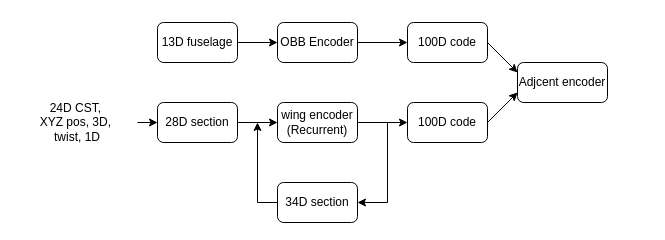
Stevenkerman27/GRASS-plane keeps this draw.io diagram as models/proposed.drawio. Above is the earlier version. Source tidied: cells renumbered, new cells numbered last; positions are measured from the earlier drawing's top-left corner, leaving out a move shared by most shapes. Both pictures are drawn from the tidied source at 100%, with x=0, y=0 at pixel (17, 22).
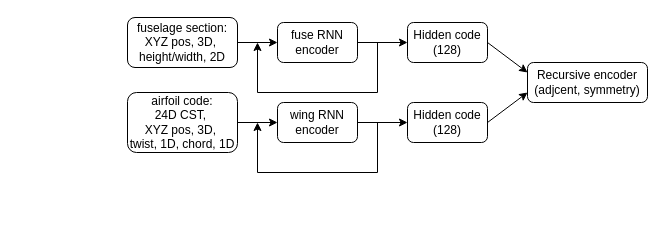
Above is the later version.

What changed in the source:
```diff
@@
-    <mxCell id="2" value="34D section" style="rounded=1;whiteSpace=wrap;html=1;" parent="1" vertex="1">
-      <mxGeometry x="260" y="160" width="80" height="40" as="geometry" />
-    </mxCell>
-    <mxCell id="3" value="100D code" style="rounded=1;whiteSpace=wrap;html=1;" parent="1" vertex="1">
+    <mxCell id="3" value="Hidden code&lt;div&gt;(128)&lt;/div&gt;" style="rounded=1;whiteSpace=wrap;html=1;" parent="1" vertex="1">
       <mxGeometry x="390" y="80" width="80" height="40" as="geometry" />
     </mxCell>
-    <mxCell id="4" value="13D fuselage" style="rounded=1;whiteSpace=wrap;html=1;" parent="1" vertex="1">
-      <mxGeometry x="140" width="80" height="40" as="geometry" />
+    <mxCell id="4" value="fuselage section:&lt;div&gt;&lt;div&gt;XYZ pos, 3D,&amp;nbsp;&lt;/div&gt;&lt;/div&gt;&lt;div&gt;height/width, 2D&lt;/div&gt;" style="rounded=1;whiteSpace=wrap;html=1;" parent="1" vertex="1">
+      <mxGeometry x="110" y="-5" width="110" height="50" as="geometry" />
     </mxCell>
-    <mxCell id="5" value="wing encoder&lt;div&gt;(Recurrent)&lt;/div&gt;" style="rounded=1;whiteSpace=wrap;html=1;" parent="1" vertex="1">
+    <mxCell id="5" value="wing RNN encoder" style="rounded=1;whiteSpace=wrap;html=1;" parent="1" vertex="1">
       <mxGeometry x="260" y="80" width="80" height="40" as="geometry" />
     </mxCell>
-    <mxCell id="6" value="24D CST,&amp;nbsp;&lt;div&gt;XYZ pos, 3D,&amp;nbsp;&lt;/div&gt;&lt;div&gt;twist, 1D&lt;/div&gt;" style="text;html=1;whiteSpace=wrap;strokeColor=none;fillColor=none;align=center;verticalAlign=middle;rounded=0;" parent="1" vertex="1">
-      <mxGeometry y="70" width="120" height="60" as="geometry" />
-    </mxCell>
-    <mxCell id="7" value="28D section" style="rounded=1;whiteSpace=wrap;html=1;" parent="1" vertex="1">
-      <mxGeometry x="140" y="80" width="80" height="40" as="geometry" />
+    <mxCell id="7" value="&lt;div&gt;airfoil code:&lt;/div&gt;24D CST,&amp;nbsp;&lt;div&gt;XYZ pos, 3D,&amp;nbsp;&lt;/div&gt;&lt;div&gt;twist, 1D, &lt;span style=&quot;background-color: transparent; color: light-dark(rgb(0, 0, 0), rgb(255, 255, 255));&quot;&gt;chord, 1D&lt;/span&gt;&lt;/div&gt;" style="rounded=1;whiteSpace=wrap;html=1;" parent="1" vertex="1">
+      <mxGeometry x="110" y="70" width="110" height="60" as="geometry" />
     </mxCell>
-    <mxCell id="8" style="endArrow=classic;html=1;rounded=0;exitX=1;exitY=0.5;exitDx=0;exitDy=0;entryX=0;entryY=0.5;entryDx=0;entryDy=0;" parent="1" edge="1" source="6" target="7">
-      <mxGeometry relative="1" as="geometry" />
-    </mxCell>
@@
-    <mxCell id="10" style="endArrow=classic;html=1;rounded=0;entryX=1;entryY=0.5;entryDx=0;entryDy=0;exitX=1;exitY=0.5;exitDx=0;exitDy=0;" parent="1" edge="1" source="5" target="2">
+    <mxCell id="10" style="endArrow=classic;html=1;rounded=0;exitX=1;exitY=0.5;exitDx=0;exitDy=0;" parent="1" edge="1" source="5">
       <mxGeometry relative="1" as="geometry">
+        <mxPoint x="240" y="100" as="targetPoint" />
         <Array as="points">
-          <mxPoint x="370" y="100" />
-          <mxPoint x="370" y="180" />
+          <mxPoint x="360" y="100" />
+          <mxPoint x="360" y="150" />
+          <mxPoint x="240" y="150" />
         </Array>
       </mxGeometry>
     </mxCell>
-    <mxCell id="11" style="endArrow=classic;html=1;rounded=0;exitX=0;exitY=0.5;exitDx=0;exitDy=0;" parent="1" edge="1" source="2">
-      <mxGeometry relative="1" as="geometry">
-        <mxPoint x="240" y="100" as="targetPoint" />
-        <Array as="points">
-          <mxPoint x="240" y="180" />
-        </Array>
-      </mxGeometry>
-    </mxCell>
@@
-    <mxCell id="13" value="Adjcent encoder" style="rounded=1;whiteSpace=wrap;html=1;" parent="1" vertex="1">
-      <mxGeometry x="500" y="40" width="90" height="40" as="geometry" />
+    <mxCell id="13" value="Recursive encoder&lt;div&gt;(adjcent, symmetry)&lt;/div&gt;" style="rounded=1;whiteSpace=wrap;html=1;" parent="1" vertex="1">
+      <mxGeometry x="510" y="40" width="120" height="40" as="geometry" />
     </mxCell>
@@
-    <mxCell id="15" value="100D code" style="rounded=1;whiteSpace=wrap;html=1;" parent="1" vertex="1">
+    <mxCell id="15" value="Hidden code&lt;div&gt;(128)&lt;/div&gt;" style="rounded=1;whiteSpace=wrap;html=1;" parent="1" vertex="1">
       <mxGeometry x="390" width="80" height="40" as="geometry" />
     </mxCell>
@@
-    <mxCell id="17" value="OBB Encoder" style="rounded=1;whiteSpace=wrap;html=1;" parent="1" vertex="1">
-      <mxGeometry x="260" width="80" height="40" as="geometry" />
-    </mxCell>
-    <mxCell id="18" style="endArrow=classic;html=1;rounded=0;exitX=1;exitY=0.5;exitDx=0;exitDy=0;entryX=0;entryY=0.5;entryDx=0;entryDy=0;" parent="1" edge="1" source="4" target="17">
+    <mxCell id="18" style="endArrow=classic;html=1;rounded=0;exitX=1;exitY=0.5;exitDx=0;exitDy=0;entryX=0;entryY=0.5;entryDx=0;entryDy=0;" parent="1" edge="1" source="4" target="20">
       <mxGeometry relative="1" as="geometry" />
     </mxCell>
-    <mxCell id="19" style="endArrow=classic;html=1;rounded=0;entryX=0;entryY=0.5;entryDx=0;entryDy=0;exitX=1;exitY=0.5;exitDx=0;exitDy=0;" parent="1" edge="1" source="17" target="15">
+    <mxCell id="19" style="endArrow=classic;html=1;rounded=0;entryX=0;entryY=0.5;entryDx=0;entryDy=0;exitX=1;exitY=0.5;exitDx=0;exitDy=0;" parent="1" edge="1" source="20" target="15">
       <mxGeometry relative="1" as="geometry" />
     </mxCell>
+    <mxCell id="20" value="fuse RNN encoder" style="rounded=1;whiteSpace=wrap;html=1;" parent="1" vertex="1">
+      <mxGeometry x="260" width="80" height="40" as="geometry" />
+    </mxCell>
+    <mxCell id="21" style="endArrow=classic;html=1;rounded=0;" parent="1" edge="1">
+      <mxGeometry relative="1" as="geometry">
+        <mxPoint x="360" y="20" as="sourcePoint" />
+        <mxPoint x="240" y="20" as="targetPoint" />
+        <Array as="points">
+          <mxPoint x="360" y="70" />
+          <mxPoint x="240" y="70" />
+        </Array>
+      </mxGeometry>
+    </mxCell>
```
